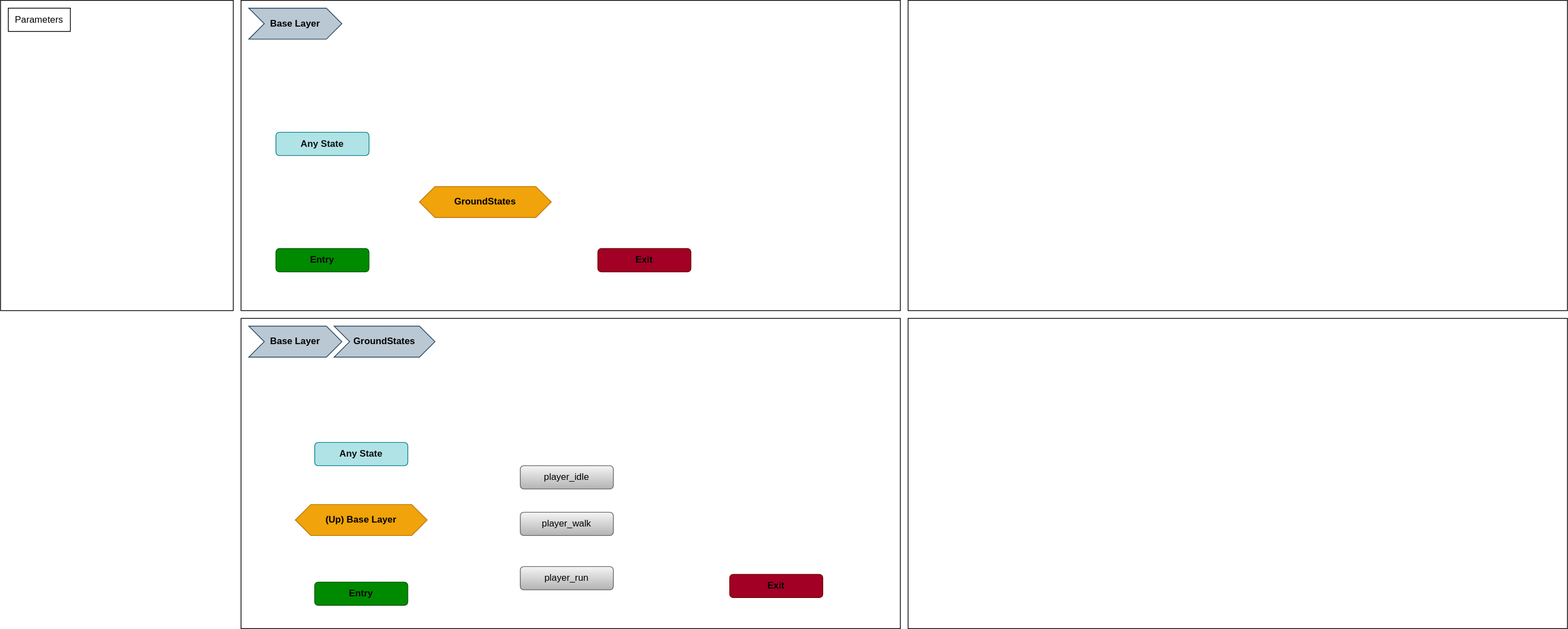
The draw.io diagram Unity2DPlatformerAnimator.drawio.svg in 4mirul/diagrams, before a commit. Source tidied: cells renumbered, new cells last; positions are measured from the earlier drawing's top-left corner, leaving out a move shared by most shapes.
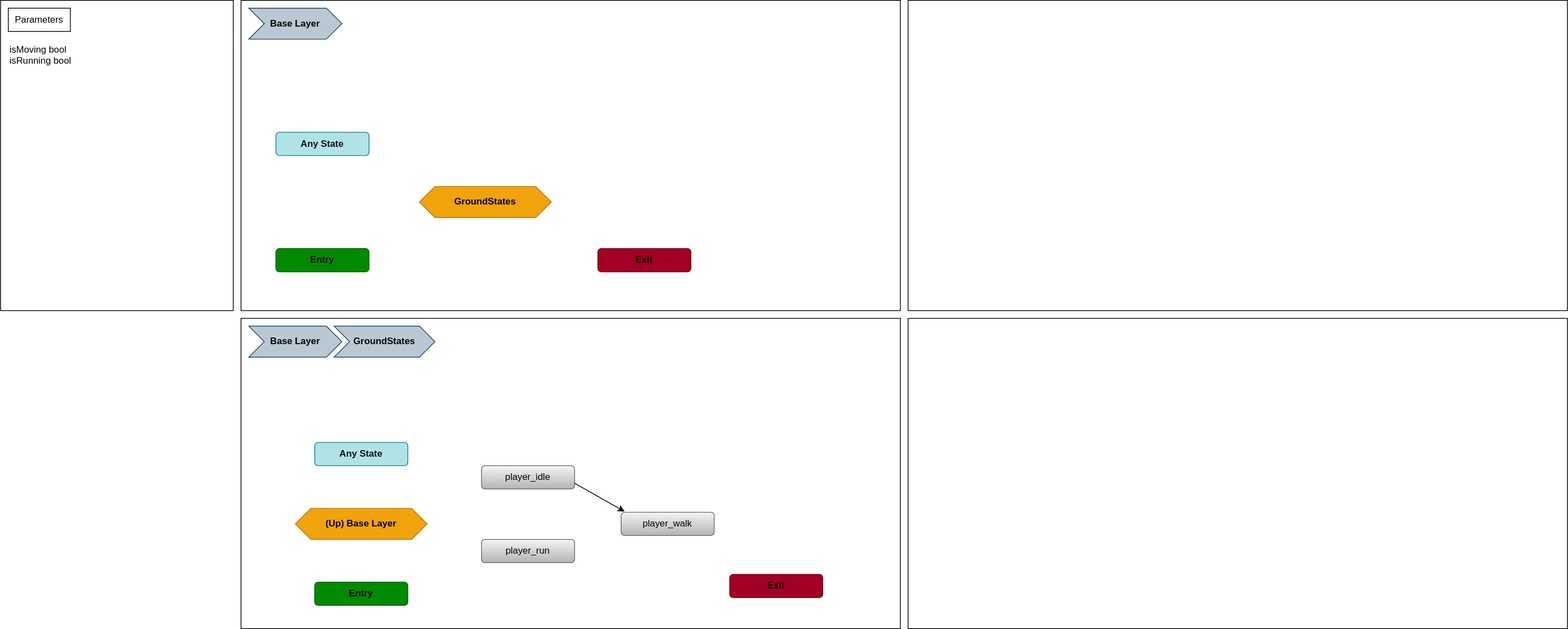
The same file after the commit.

The edit, as a diff of the source:
```diff
@@ -15,13 +15,13 @@
       <mxGeometry x="310" y="410" width="850" height="400" as="geometry" />
     </mxCell>
     <mxCell id="6" value="&lt;font color=&quot;#000000&quot;&gt;player_walk&lt;/font&gt;" style="rounded=1;whiteSpace=wrap;html=1;fillColor=#f5f5f5;strokeColor=#666666;gradientColor=#b3b3b3;" parent="1" vertex="1">
-      <mxGeometry x="670" y="660" width="120" height="30" as="geometry" />
+      <mxGeometry x="800" y="660" width="120" height="30" as="geometry" />
     </mxCell>
     <mxCell id="7" value="&lt;font style=&quot;&quot; color=&quot;#000000&quot;&gt;player_idle&lt;/font&gt;" style="rounded=1;whiteSpace=wrap;html=1;fillColor=#f5f5f5;strokeColor=#666666;gradientColor=#b3b3b3;" parent="1" vertex="1">
-      <mxGeometry x="670" y="600" width="120" height="30" as="geometry" />
+      <mxGeometry x="620" y="600" width="120" height="30" as="geometry" />
     </mxCell>
     <mxCell id="8" value="&lt;font color=&quot;#000000&quot;&gt;player_run&lt;/font&gt;" style="rounded=1;whiteSpace=wrap;html=1;fillColor=#f5f5f5;strokeColor=#666666;gradientColor=#b3b3b3;" parent="1" vertex="1">
-      <mxGeometry x="670" y="730" width="120" height="30" as="geometry" />
+      <mxGeometry x="620" y="695" width="120" height="30" as="geometry" />
     </mxCell>
     <mxCell id="9" value="&lt;b&gt;GroundStates&lt;br&gt;&lt;/b&gt;" style="shape=hexagon;perimeter=hexagonPerimeter2;whiteSpace=wrap;html=1;fixedSize=1;fillColor=#f0a30a;fontColor=#000000;strokeColor=#BD7000;" parent="1" vertex="1">
       <mxGeometry x="540" y="240" width="170" height="40" as="geometry" />
@@ -48,7 +48,7 @@
       <mxGeometry x="320" y="420" width="120" height="40" as="geometry" />
     </mxCell>
     <mxCell id="17" value="&lt;b&gt;(Up) Base Layer&lt;/b&gt;" style="shape=hexagon;perimeter=hexagonPerimeter2;whiteSpace=wrap;html=1;fixedSize=1;fillColor=#f0a30a;fontColor=#000000;strokeColor=#BD7000;" parent="1" vertex="1">
-      <mxGeometry x="380" y="650" width="170" height="40" as="geometry" />
+      <mxGeometry x="380" y="655" width="170" height="40" as="geometry" />
     </mxCell>
     <mxCell id="18" value="&lt;font color=&quot;#000000&quot;&gt;&lt;b&gt;GroundStates&lt;/b&gt;&lt;/font&gt;" style="shape=step;perimeter=stepPerimeter;whiteSpace=wrap;html=1;fixedSize=1;fillColor=#bac8d3;strokeColor=#23445d;" parent="1" vertex="1">
       <mxGeometry x="430" y="420" width="130" height="40" as="geometry" />
@@ -62,5 +62,11 @@
     <mxCell id="21" value="Parameters" style="rounded=0;whiteSpace=wrap;html=1;" parent="1" vertex="1">
       <mxGeometry x="10" y="10" width="80" height="30" as="geometry" />
     </mxCell>
+    <mxCell id="22" style="endArrow=classic;html=1;rounded=0;entryX=0.037;entryY=-0.03;entryDx=0;entryDy=0;entryPerimeter=0;exitX=1;exitY=0.75;exitDx=0;exitDy=0;" parent="1" edge="1" source="7" target="6">
+      <mxGeometry relative="1" as="geometry" />
+    </mxCell>
+    <mxCell id="23" value="isMoving bool&lt;br&gt;isRunning bool" style="text;html=1;strokeColor=none;fillColor=none;align=left;verticalAlign=top;whiteSpace=wrap;rounded=0;" parent="1" vertex="1">
+      <mxGeometry x="10" y="50" width="280" height="340" as="geometry" />
+    </mxCell>
   </root>
 </mxGraphModel>
```
